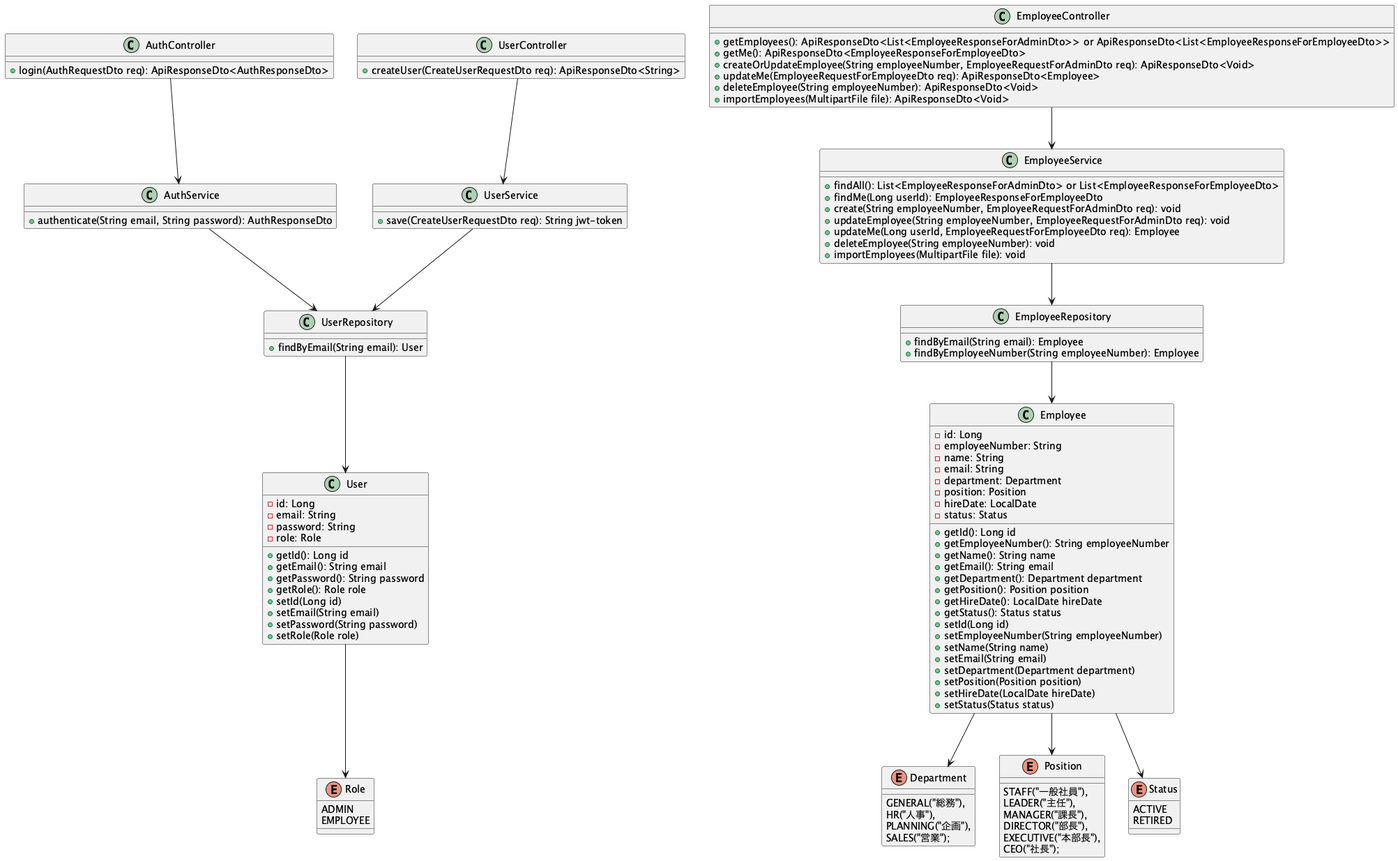
The PlantUML diagram uml/img/class/class.png in tettamasuyama/group-assignment, before a commit.
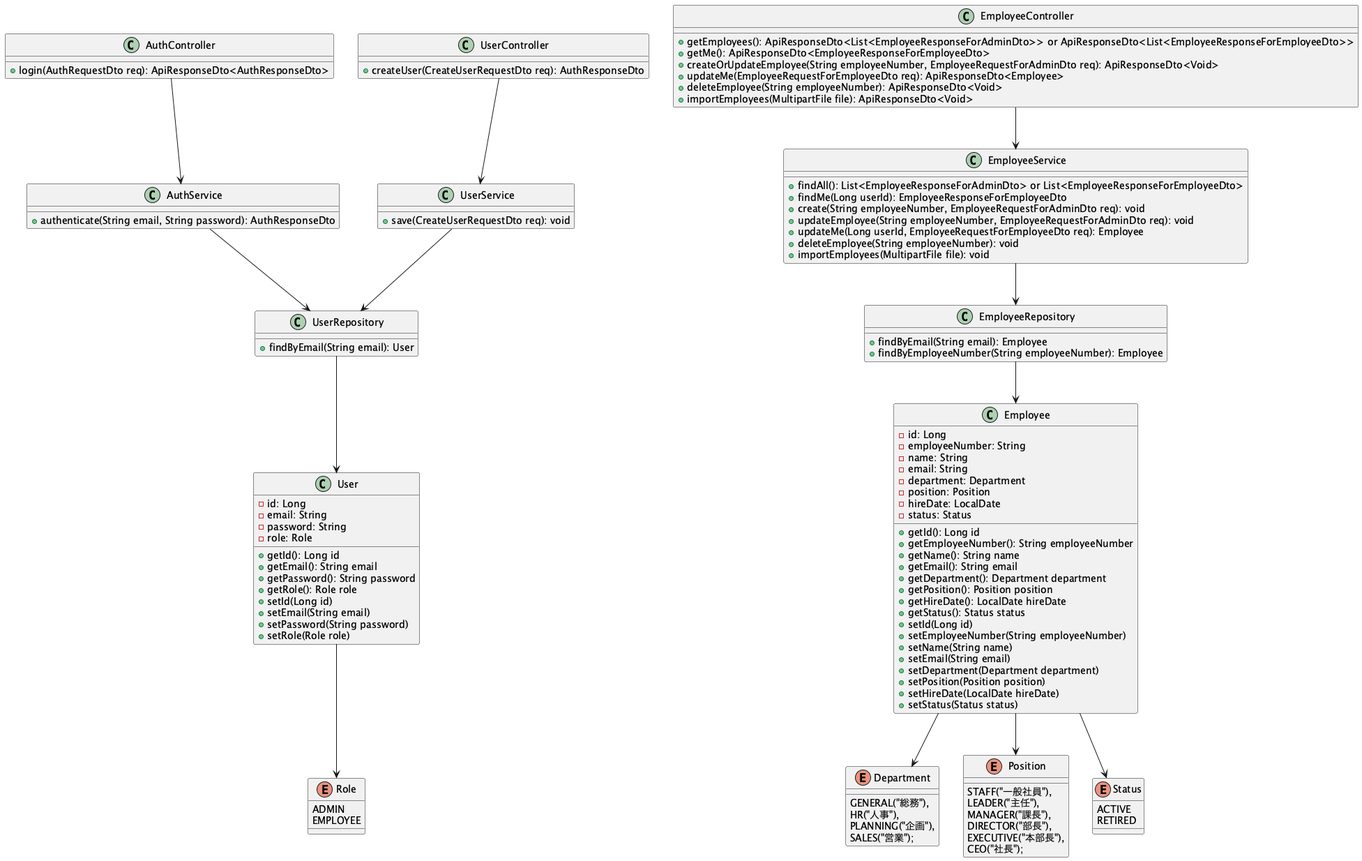
After the change.

The edit, as a diff of the source:
```diff
@@ -108,11 +108,11 @@
 }
 
 class UserController {
-  + createUser(CreateUserRequestDto req): ApiResponseDto<String>
+  + createUser(CreateUserRequestDto req): AuthResponseDto
 }
 
 class UserService {
-  + save(CreateUserRequestDto req): String jwt-token
+  + save(CreateUserRequestDto req): void
 }
 
 class UserRepository {
```
